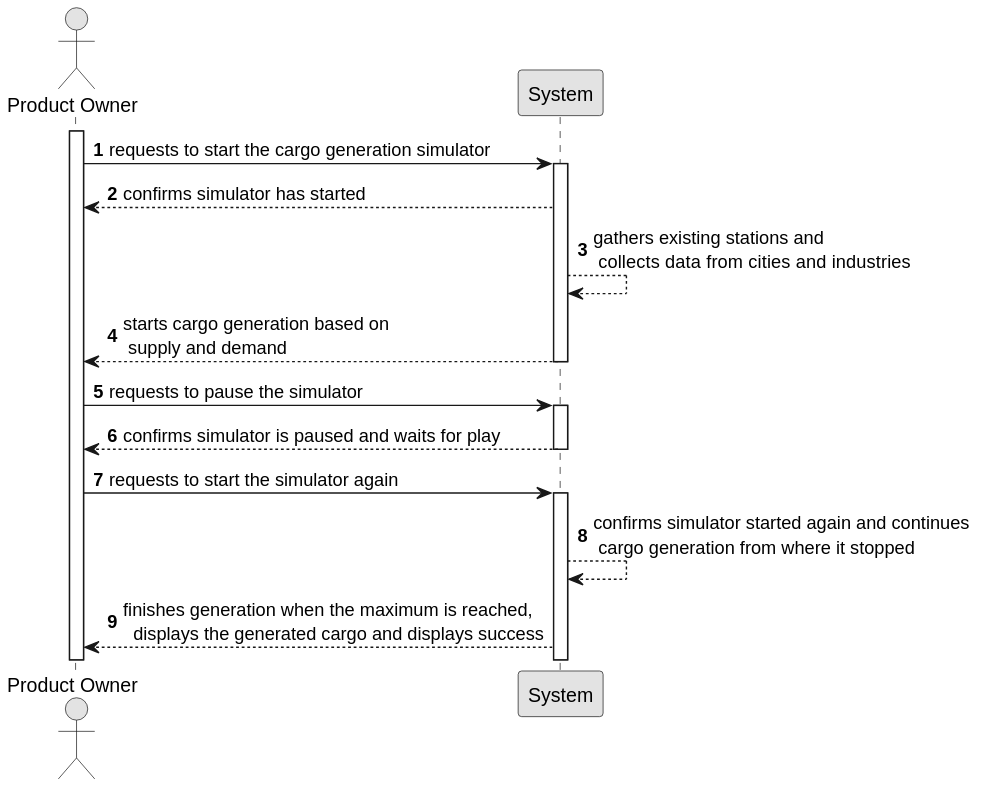
This is Sprint2/US012/01.requirements-engineering/svg/US012-SSD.svg from 1240935/pi2-railway-simulator, a PlantUML export, as it was before one commit.
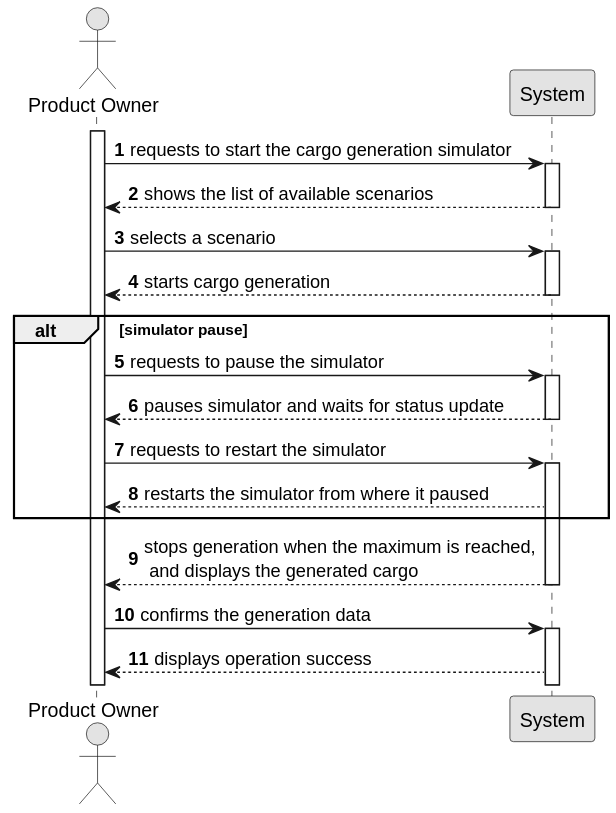
After the commit.

The edit, as a diff of the source:
```diff
@@ -11,22 +11,37 @@
 activate Employee
 
     Employee -> System : requests to start the cargo generation simulator
-        activate System
+    activate System
 
-            System --> Employee : confirms simulator has started
-            System --> System : gathers existing stations and \n collects data from  cities and industries
-            System --> Employee : starts cargo generation based on \n supply and demand
-        deactivate System
+    System --> Employee : shows the list of available scenarios
+    deactivate System
 
-        Employee -> System : requests to pause the simulator
-        activate System
+    Employee -> System : selects a scenario
+    activate System
 
-            System --> Employee : confirms simulator is paused and waits for play
+    System --> Employee : starts cargo generation
+    deactivate System
 
-        deactivate System
-        Employee -> System : requests to start the simulator again
-        activate System
+    alt simulator pause
 
-            System --> System: confirms simulator started again and continues \n cargo generation from where it stopped
-            System --> Employee: finishes generation when the maximum is reached,\n  displays the generated cargo and displays success
+    Employee -> System : requests to pause the simulator
+    activate System
+
+    System --> Employee : pauses simulator and waits for status update
+    deactivate System
+
+    Employee -> System : requests to restart the simulator
+    activate System
+
+    System --> Employee : restarts the simulator from where it paused
+
+    end alt
+
+    System --> Employee: stops generation when the maximum is reached,\n and displays the generated cargo
+    deactivate System
+
+    Employee -> System: confirms the generation data
+    activate System
+
+    System --> Employee: displays operation success
 @enduml
```
